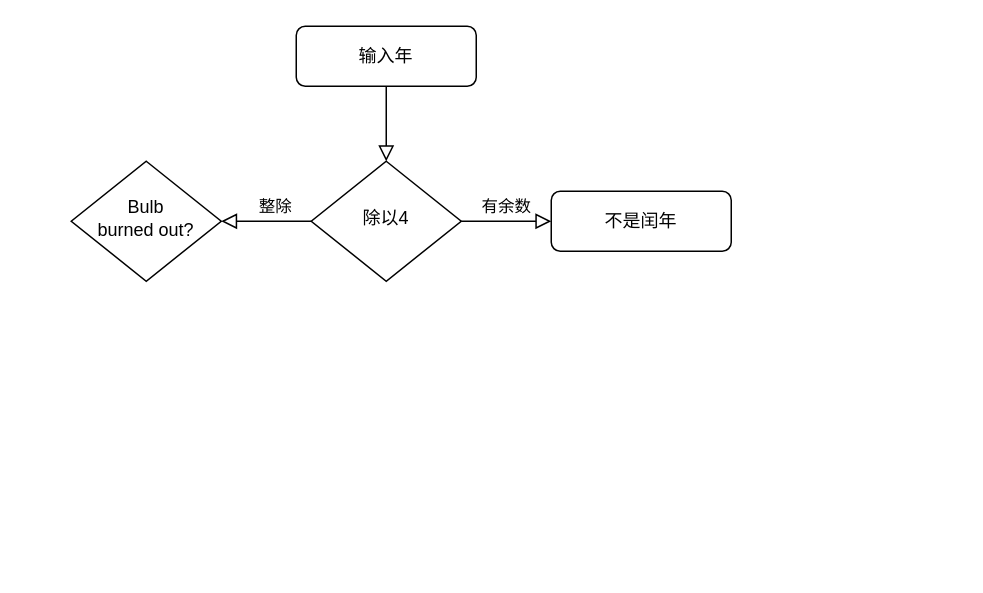
Earlier version of the draw.io diagram 判断闰年.drawio (Mr-Eggg/Python-Learning). Source tidied: cells renumbered, new cells numbered last; positions are measured from the earlier drawing's top-left corner, leaving out a move shared by most shapes. Both pictures are drawn from the tidied source at 150%, with x=0, y=0 at pixel (70, 26).
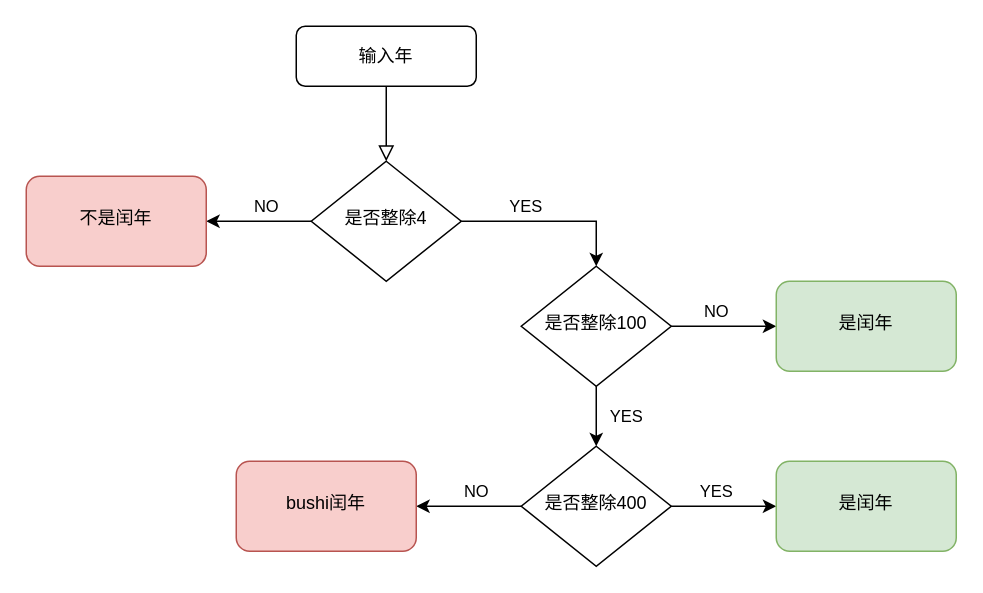
The same diagram, later.

What changed in the source:
```diff
@@
 <mxGraphModel>
   <root>
     <mxCell id="0" />
     <mxCell id="1" parent="0" />
     <mxCell id="2" style="rounded=0;html=1;jettySize=auto;fontSize=11;endArrow=block;endFill=0;endSize=8;strokeWidth=1;shadow=0;labelBackgroundColor=none;edgeStyle=orthogonalEdgeStyle;" parent="1" edge="1" source="3" target="6">
       <mxGeometry relative="1" as="geometry" />
     </mxCell>
     <mxCell id="3" value="输入年" style="rounded=1;whiteSpace=wrap;html=1;fontSize=12;glass=0;strokeWidth=1;shadow=0;" parent="1" vertex="1">
       <mxGeometry x="150" width="120" height="40" as="geometry" />
     </mxCell>
-    <mxCell id="4" value="整除" style="rounded=0;html=1;jettySize=auto;fontSize=11;endArrow=block;endFill=0;endSize=8;strokeWidth=1;shadow=0;labelBackgroundColor=none;edgeStyle=orthogonalEdgeStyle;exitX=0;exitY=0.5;exitDx=0;exitDy=0;" parent="1" edge="1" source="6" target="8">
-      <mxGeometry x="-0.2" y="-10" relative="1" as="geometry" />
-    </mxCell>
-    <mxCell id="5" value="有余数" style="edgeStyle=orthogonalEdgeStyle;rounded=0;html=1;jettySize=auto;fontSize=11;endArrow=block;endFill=0;endSize=8;strokeWidth=1;shadow=0;labelBackgroundColor=none;" parent="1" edge="1" source="6" target="7">
-      <mxGeometry y="10" relative="1" as="geometry" />
+    <mxCell id="5" value="NO" style="edgeStyle=orthogonalEdgeStyle;rounded=0;jettySize=auto;html=1;" parent="1" edge="1" source="6" target="7">
+      <mxGeometry x="-0.14" y="-10" relative="1" as="geometry" />
     </mxCell>
+    <mxCell id="9" value="YES" style="edgeStyle=orthogonalEdgeStyle;rounded=0;jettySize=auto;html=1;entryX=0.5;entryY=0;entryDx=0;entryDy=0;" parent="1" edge="1" source="6" target="12">
+      <mxGeometry x="-0.29" y="10" relative="1" as="geometry" />
+    </mxCell>
-    <mxCell id="6" value="除以4" style="rhombus;whiteSpace=wrap;html=1;shadow=0;fontFamily=Helvetica;fontSize=12;align=center;strokeWidth=1;spacing=6;spacingTop=-4;" parent="1" vertex="1">
+    <mxCell id="6" value="是否整除4" style="rhombus;whiteSpace=wrap;html=1;shadow=0;fontFamily=Helvetica;fontSize=12;align=center;strokeWidth=1;spacing=6;spacingTop=-4;" parent="1" vertex="1">
       <mxGeometry x="160" y="90" width="100" height="80" as="geometry" />
     </mxCell>
-    <mxCell id="7" value="不是闰年" style="rounded=1;whiteSpace=wrap;html=1;fontSize=12;glass=0;strokeWidth=1;shadow=0;" parent="1" vertex="1">
-      <mxGeometry x="320" y="110" width="120" height="40" as="geometry" />
+    <mxCell id="7" value="不是闰年" style="rounded=1;whiteSpace=wrap;html=1;shadow=0;strokeWidth=1;spacing=6;spacingTop=-4;fillColor=#f8cecc;strokeColor=#b85450;" parent="1" vertex="1">
+      <mxGeometry x="-30" y="100" width="120" height="60" as="geometry" />
     </mxCell>
-    <mxCell id="8" value="Bulb&lt;br&gt;burned out?" style="rhombus;whiteSpace=wrap;html=1;shadow=0;fontFamily=Helvetica;fontSize=12;align=center;strokeWidth=1;spacing=6;spacingTop=-4;" parent="1" vertex="1">
-      <mxGeometry y="90" width="100" height="80" as="geometry" />
-    </mxCell>
+    <mxCell id="10" value="NO" style="edgeStyle=orthogonalEdgeStyle;rounded=0;jettySize=auto;html=1;" parent="1" edge="1" source="12" target="13">
+      <mxGeometry x="-0.14" y="10" relative="1" as="geometry" />
+    </mxCell>
+    <mxCell id="11" value="YES" style="edgeStyle=orthogonalEdgeStyle;rounded=0;jettySize=auto;html=1;" parent="1" edge="1" source="12" target="16">
+      <mxGeometry y="20" relative="1" as="geometry" />
+    </mxCell>
+    <mxCell id="12" value="是否整除100" style="rhombus;whiteSpace=wrap;html=1;shadow=0;fontFamily=Helvetica;fontSize=12;align=center;strokeWidth=1;spacing=6;spacingTop=-4;" parent="1" vertex="1">
+      <mxGeometry x="300" y="160" width="100" height="80" as="geometry" />
+    </mxCell>
+    <mxCell id="13" value="是闰年" style="rounded=1;whiteSpace=wrap;html=1;shadow=0;strokeWidth=1;spacing=6;spacingTop=-4;fillColor=#d5e8d4;strokeColor=#82b366;" parent="1" vertex="1">
+      <mxGeometry x="470" y="170" width="120" height="60" as="geometry" />
+    </mxCell>
+    <mxCell id="14" value="YES" style="edgeStyle=orthogonalEdgeStyle;rounded=0;jettySize=auto;html=1;" parent="1" edge="1" source="16" target="17">
+      <mxGeometry x="-0.14" y="10" relative="1" as="geometry" />
+    </mxCell>
+    <mxCell id="15" value="NO" style="edgeStyle=orthogonalEdgeStyle;rounded=0;jettySize=auto;html=1;" parent="1" edge="1" source="16" target="18">
+      <mxGeometry x="-0.14" y="-10" relative="1" as="geometry" />
+    </mxCell>
+    <mxCell id="16" value="是否整除400" style="rhombus;whiteSpace=wrap;html=1;shadow=0;fontFamily=Helvetica;fontSize=12;align=center;strokeWidth=1;spacing=6;spacingTop=-4;" parent="1" vertex="1">
+      <mxGeometry x="300" y="280" width="100" height="80" as="geometry" />
+    </mxCell>
+    <mxCell id="17" value="是闰年" style="rounded=1;whiteSpace=wrap;html=1;shadow=0;strokeWidth=1;spacing=6;spacingTop=-4;fillColor=#d5e8d4;strokeColor=#82b366;" parent="1" vertex="1">
+      <mxGeometry x="470" y="290" width="120" height="60" as="geometry" />
+    </mxCell>
+    <mxCell id="18" value="bushi闰年" style="rounded=1;whiteSpace=wrap;html=1;shadow=0;strokeWidth=1;spacing=6;spacingTop=-4;fillColor=#f8cecc;strokeColor=#b85450;" parent="1" vertex="1">
+      <mxGeometry x="110" y="290" width="120" height="60" as="geometry" />
+    </mxCell>
   </root>
 </mxGraphModel>
```
